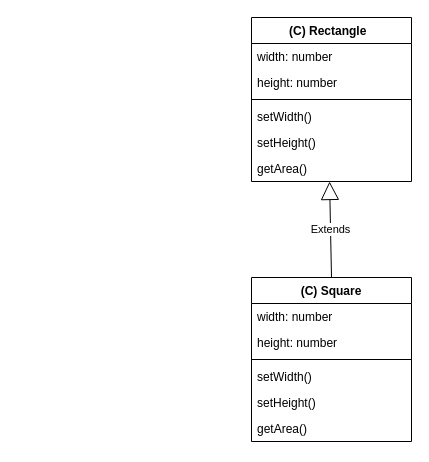
Earlier version of the draw.io diagram 03-SOLID原則/リスコフの置換原則/badExample.drawio (bamboo-house/Good-Code). Source tidied: cells renumbered, new cells numbered last; positions are measured from the earlier drawing's top-left corner, leaving out a move shared by most shapes. Both pictures are drawn from the tidied source at 100%, with x=0, y=0 at pixel (251, 17).
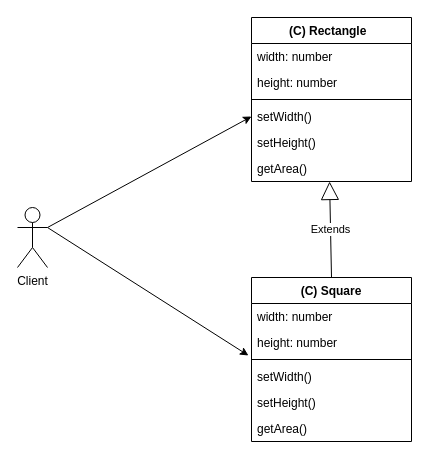
The same page after the edit.

Change to the diagram source:
```diff
@@
 <mxGraphModel>
   <root>
     <mxCell id="0" />
     <mxCell id="1" parent="0" />
     <mxCell id="2" value="(C) Rectangle  " style="swimlane;fontStyle=1;align=center;verticalAlign=top;horizontal=1;startSize=26;" parent="1" vertex="1">
       <mxGeometry width="160" height="164" as="geometry" />
     </mxCell>
     <mxCell id="3" value="width: number" style="text;strokeColor=none;fillColor=none;align=left;verticalAlign=top;spacingLeft=4;spacingRight=4;overflow=hidden;" parent="2" vertex="1">
       <mxGeometry y="26" width="160" height="26" as="geometry" />
     </mxCell>
     <mxCell id="4" value="height: number" style="text;strokeColor=none;fillColor=none;align=left;verticalAlign=top;spacingLeft=4;spacingRight=4;overflow=hidden;" parent="2" vertex="1">
       <mxGeometry y="52" width="160" height="26" as="geometry" />
     </mxCell>
     <mxCell id="5" style="line;strokeWidth=1;fillColor=none;align=left;verticalAlign=middle;spacingTop=-1;spacingLeft=3;spacingRight=3;labelPosition=right;strokeColor=inherit;" parent="2" vertex="1">
       <mxGeometry y="78" width="160" height="8" as="geometry" />
     </mxCell>
     <mxCell id="6" value="setWidth()" style="text;strokeColor=none;fillColor=none;align=left;verticalAlign=top;spacingLeft=4;spacingRight=4;overflow=hidden;points=[[0,0.5],[1,0.5]];portConstraint=eastwest;" parent="2" vertex="1">
       <mxGeometry y="86" width="160" height="26" as="geometry" />
     </mxCell>
     <mxCell id="7" value="setHeight()" style="text;strokeColor=none;fillColor=none;align=left;verticalAlign=top;spacingLeft=4;spacingRight=4;overflow=hidden;" parent="2" vertex="1">
       <mxGeometry y="112" width="160" height="26" as="geometry" />
     </mxCell>
     <mxCell id="8" value="getArea()" style="text;strokeColor=none;fillColor=none;align=left;verticalAlign=top;spacingLeft=4;spacingRight=4;overflow=hidden;points=[[0,0.5],[1,0.5]];portConstraint=eastwest;" parent="2" vertex="1">
       <mxGeometry y="138" width="160" height="26" as="geometry" />
     </mxCell>
     <mxCell id="9" value="(C) Square" style="swimlane;fontStyle=1;align=center;verticalAlign=top;horizontal=1;startSize=26;" parent="1" vertex="1">
       <mxGeometry y="260" width="160" height="164" as="geometry" />
     </mxCell>
     <mxCell id="10" value="width: number" style="text;strokeColor=none;fillColor=none;align=left;verticalAlign=top;spacingLeft=4;spacingRight=4;overflow=hidden;" parent="9" vertex="1">
       <mxGeometry y="26" width="160" height="26" as="geometry" />
     </mxCell>
     <mxCell id="11" value="height: number" style="text;strokeColor=none;fillColor=none;align=left;verticalAlign=top;spacingLeft=4;spacingRight=4;overflow=hidden;points=[[0,0.5],[1,0.5]];portConstraint=eastwest;" parent="9" vertex="1">
       <mxGeometry y="52" width="160" height="26" as="geometry" />
     </mxCell>
     <mxCell id="12" style="line;strokeWidth=1;fillColor=none;align=left;verticalAlign=middle;spacingTop=-1;spacingLeft=3;spacingRight=3;labelPosition=right;strokeColor=inherit;" parent="9" vertex="1">
       <mxGeometry y="78" width="160" height="8" as="geometry" />
     </mxCell>
     <mxCell id="13" value="setWidth()" style="text;strokeColor=none;fillColor=none;align=left;verticalAlign=top;spacingLeft=4;spacingRight=4;overflow=hidden;" parent="9" vertex="1">
       <mxGeometry y="86" width="160" height="26" as="geometry" />
     </mxCell>
     <mxCell id="14" value="setHeight()" style="text;strokeColor=none;fillColor=none;align=left;verticalAlign=top;spacingLeft=4;spacingRight=4;overflow=hidden;" parent="9" vertex="1">
       <mxGeometry y="112" width="160" height="26" as="geometry" />
     </mxCell>
     <mxCell id="15" value="getArea()" style="text;strokeColor=none;fillColor=none;align=left;verticalAlign=top;spacingLeft=4;spacingRight=4;overflow=hidden;" parent="9" vertex="1">
       <mxGeometry y="138" width="160" height="26" as="geometry" />
     </mxCell>
     <mxCell id="16" value="Extends" style="endArrow=block;endSize=16;endFill=0;html=1;exitX=0.5;exitY=0;exitDx=0;exitDy=0;entryX=0.488;entryY=1;entryDx=0;entryDy=0;entryPerimeter=0;" parent="1" edge="1" source="9" target="8">
       <mxGeometry relative="1" as="geometry" />
     </mxCell>
+    <mxCell id="17" style="edgeStyle=none;html=1;exitX=1;exitY=0.3333333333333333;exitDx=0;exitDy=0;exitPerimeter=0;entryX=0;entryY=0.5;entryDx=0;entryDy=0;" parent="1" edge="1" source="19" target="6">
+      <mxGeometry relative="1" as="geometry" />
+    </mxCell>
+    <mxCell id="18" style="edgeStyle=none;html=1;exitX=1;exitY=0.3333333333333333;exitDx=0;exitDy=0;exitPerimeter=0;entryX=-0.019;entryY=1;entryDx=0;entryDy=0;entryPerimeter=0;" parent="1" edge="1" source="19" target="11">
+      <mxGeometry relative="1" as="geometry" />
+    </mxCell>
+    <mxCell id="19" value="Client" style="shape=umlActor;verticalLabelPosition=bottom;verticalAlign=top;html=1;outlineConnect=0;" parent="1" vertex="1">
+      <mxGeometry x="-234" y="190" width="30" height="60" as="geometry" />
+    </mxCell>
   </root>
 </mxGraphModel>
```
